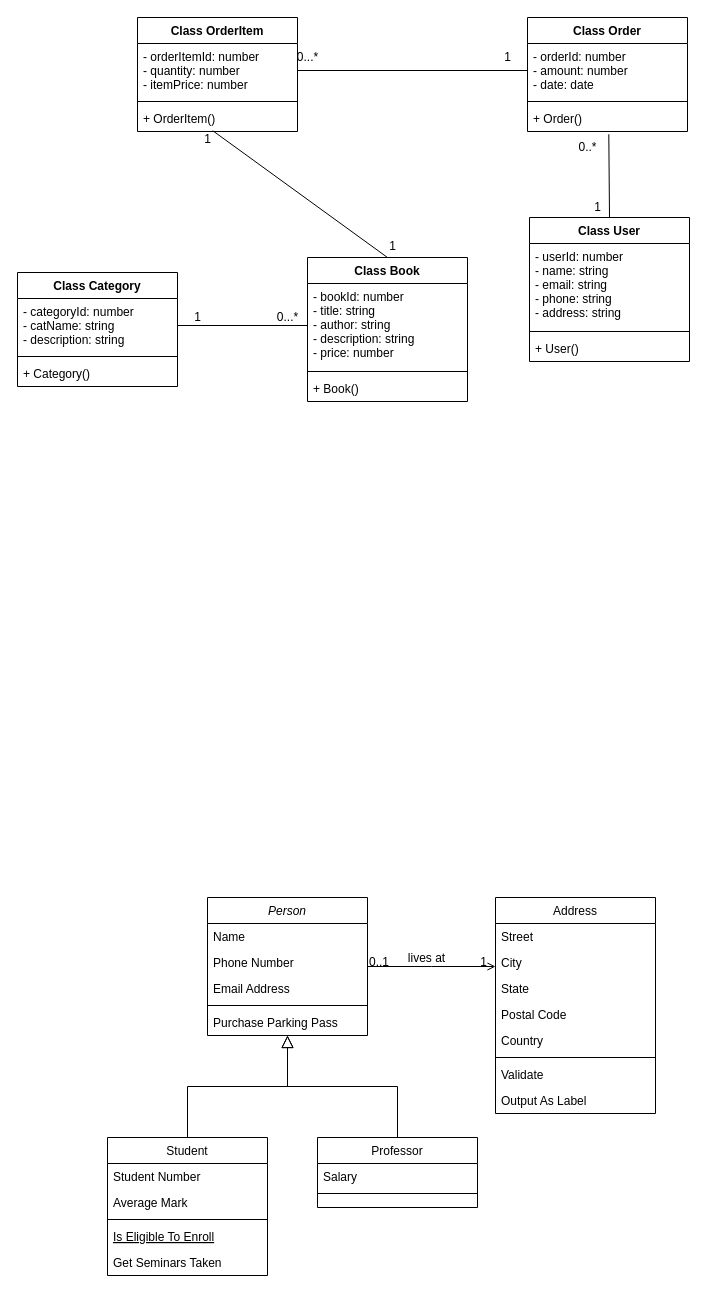
zeherbelkacem/evaluation-business keeps this draw.io diagram as uml/class-diagram.drawio. Above is the earlier version. Source tidied: cells renumbered, new cells numbered last; positions are measured from the earlier drawing's top-left corner, leaving out a move shared by most shapes. Both pictures are drawn from the tidied source at 100%, with x=0, y=0 at pixel (17, 17).
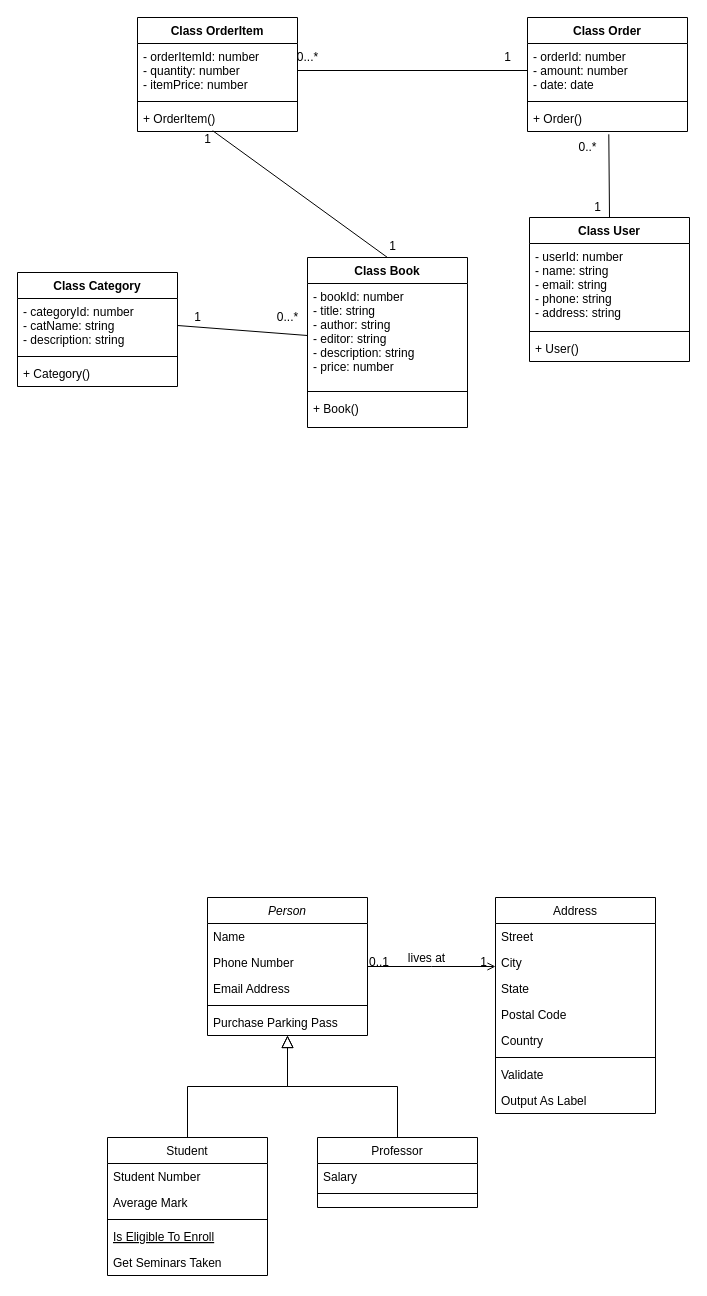
Above is the later version.

Diff of the diagram source:
```diff
@@
     <mxCell id="32" value="Class Book" style="swimlane;fontStyle=1;align=center;verticalAlign=top;horizontal=1;startSize=26;" parent="1" vertex="1">
-      <mxGeometry x="290" y="240" width="160" height="144" as="geometry" />
+      <mxGeometry x="290" y="240" width="160" height="170" as="geometry" />
     </mxCell>
-    <mxCell id="33" value="- bookId: number&#10;- title: string &#10;- author: string&#10;- description: string&#10;- price: number" style="text;strokeColor=none;fillColor=none;align=left;verticalAlign=top;spacingLeft=4;spacingRight=4;overflow=hidden;points=[[0,0.5],[1,0.5]];portConstraint=eastwest;" parent="32" vertex="1">
-      <mxGeometry y="26" width="160" height="84" as="geometry" />
+    <mxCell id="33" value="- bookId: number&#10;- title: string &#10;- author: string&#10;- editor: string&#10;- description: string&#10;- price: number" style="text;strokeColor=none;fillColor=none;align=left;verticalAlign=top;spacingLeft=4;spacingRight=4;overflow=hidden;points=[[0,0.5],[1,0.5]];portConstraint=eastwest;" parent="32" vertex="1">
+      <mxGeometry y="26" width="160" height="104" as="geometry" />
     </mxCell>
     <mxCell id="34" style="line;strokeWidth=1;fillColor=none;align=left;verticalAlign=middle;spacingTop=-1;spacingLeft=3;spacingRight=3;labelPosition=right;" parent="32" vertex="1">
-      <mxGeometry y="110" width="160" height="8" as="geometry" />
+      <mxGeometry y="130" width="160" height="8" as="geometry" />
     </mxCell>
     <mxCell id="35" value="+ Book()" style="text;strokeColor=none;fillColor=none;align=left;verticalAlign=top;spacingLeft=4;spacingRight=4;overflow=hidden;" parent="32" vertex="1">
-      <mxGeometry y="118" width="160" height="26" as="geometry" />
+      <mxGeometry y="138" width="160" height="32" as="geometry" />
     </mxCell>
```
